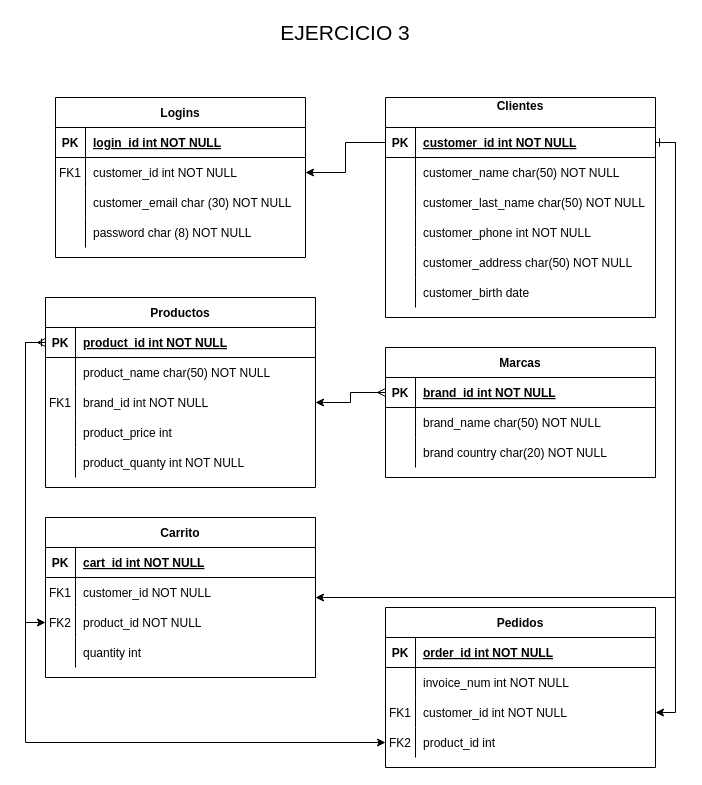
JCovian/Bootcamp-WDFS keeps this draw.io diagram as Módulo 4 - BBDD/Tema 1_Introducción BBDD/Ejercicio3.drawio. Above is the earlier version. Source tidied: cells renumbered, new cells numbered last; positions are measured from the earlier drawing's top-left corner, leaving out a move shared by most shapes. Both pictures are drawn from the tidied source at 100%, with x=0, y=0 at pixel (45, 17).
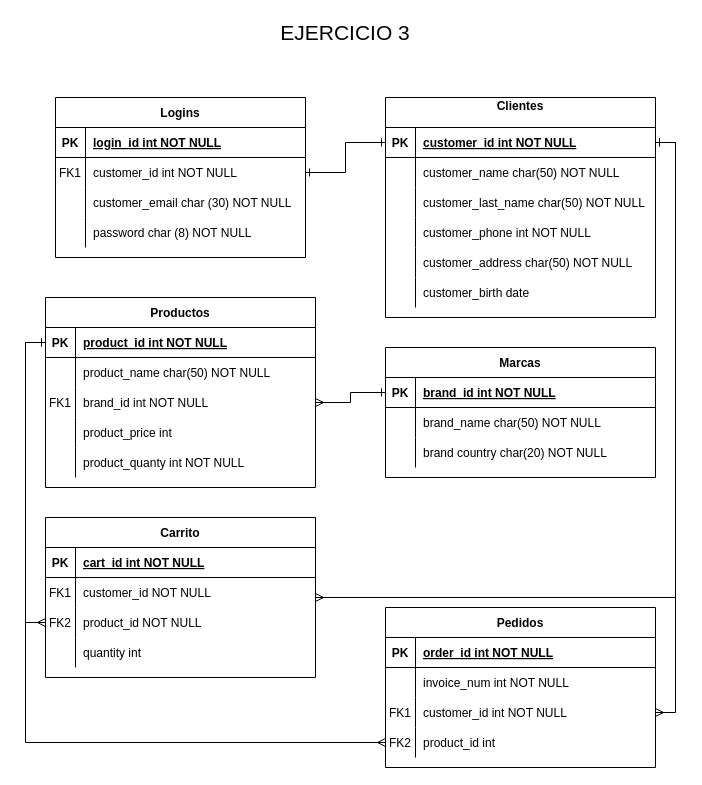
The same diagram, later.

The change refers to these unchanged cells:
```xml
<mxCell id="3" style="shape=partialRectangle;fillColor=none;points=[[0,0.5],[1,0.5]];portConstraint=eastwest;top=0;left=0;right=0;bottom=1;" parent="2" vertex="1">
  <mxGeometry y="30" width="270" height="30" as="geometry" />
</mxCell>
<mxCell id="25" style="shape=partialRectangle;fillColor=none;points=[[0,0.5],[1,0.5]];portConstraint=eastwest;top=0;left=0;right=0;bottom=0;" parent="21" vertex="1">
  <mxGeometry y="60" width="250" height="30" as="geometry" />
</mxCell>
<mxCell id="36" style="shape=partialRectangle;fillColor=none;points=[[0,0.5],[1,0.5]];portConstraint=eastwest;top=0;left=0;right=0;bottom=1;" parent="35" vertex="1">
  <mxGeometry y="30" width="270" height="30" as="geometry" />
</mxCell>
<mxCell id="42" style="shape=partialRectangle;fillColor=none;points=[[0,0.5],[1,0.5]];portConstraint=eastwest;top=0;left=0;right=0;bottom=0;" parent="35" vertex="1">
  <mxGeometry y="90" width="270" height="30" as="geometry" />
</mxCell>
<mxCell id="52" style="shape=partialRectangle;fillColor=none;points=[[0,0.5],[1,0.5]];portConstraint=eastwest;top=0;left=0;right=0;bottom=1;" parent="51" vertex="1">
  <mxGeometry y="30" width="270" height="30" as="geometry" />
</mxCell>
<mxCell id="61" value="Carrito" style="shape=table;startSize=30;childLayout=tableLayout;rowLines=0;fontStyle=1;align=center;" parent="1" vertex="1">
  <mxGeometry y="500" width="270" height="160" as="geometry" />
</mxCell>
<mxCell id="68" style="shape=partialRectangle;fillColor=none;points=[[0,0.5],[1,0.5]];portConstraint=eastwest;top=0;left=0;right=0;bottom=0;" parent="61" vertex="1">
  <mxGeometry y="90" width="270" height="30" as="geometry" />
</mxCell>
<mxCell id="81" style="shape=partialRectangle;fillColor=none;points=[[0,0.5],[1,0.5]];portConstraint=eastwest;top=0;left=0;right=0;bottom=0;" parent="74" vertex="1">
  <mxGeometry y="90" width="270" height="30" as="geometry" />
</mxCell>
<mxCell id="84" style="shape=partialRectangle;fillColor=none;points=[[0,0.5],[1,0.5]];portConstraint=eastwest;top=0;left=0;right=0;bottom=0;" parent="74" vertex="1">
  <mxGeometry y="120" width="270" height="30" as="geometry" />
</mxCell>
```

The edit, as a diff of the source:
```diff
@@
-    <mxCell id="87" style="edgeStyle=orthogonalEdgeStyle;rounded=0;jettySize=auto;html=1;exitX=0;exitY=0.5;exitDx=0;exitDy=0;entryX=1;entryY=0.5;entryDx=0;entryDy=0;" parent="1" edge="1" source="3" target="25">
-      <mxGeometry relative="1" as="geometry" />
-    </mxCell>
-    <mxCell id="88" style="edgeStyle=orthogonalEdgeStyle;rounded=0;jettySize=auto;html=1;exitX=0;exitY=0.5;exitDx=0;exitDy=0;startArrow=ERmany;startFill=0;" parent="1" edge="1" source="52" target="42">
-      <mxGeometry relative="1" as="geometry" />
-    </mxCell>
-    <mxCell id="89" style="edgeStyle=orthogonalEdgeStyle;rounded=0;jettySize=auto;html=1;exitX=0;exitY=0.5;exitDx=0;exitDy=0;entryX=0;entryY=0.5;entryDx=0;entryDy=0;startArrow=ERmany;startFill=0;" parent="1" edge="1" source="36" target="68">
+    <mxCell id="89" style="edgeStyle=orthogonalEdgeStyle;rounded=0;jettySize=auto;html=1;exitX=0;exitY=0.5;exitDx=0;exitDy=0;entryX=0;entryY=0.5;entryDx=0;entryDy=0;startArrow=ERone;startFill=0;endArrow=ERmany;endFill=0;" parent="1" edge="1" source="36" target="68">
       <mxGeometry relative="1" as="geometry" />
     </mxCell>
-    <mxCell id="90" style="edgeStyle=orthogonalEdgeStyle;rounded=0;jettySize=auto;html=1;exitX=1;exitY=0.5;exitDx=0;exitDy=0;entryX=1;entryY=0.5;entryDx=0;entryDy=0;startArrow=ERone;startFill=0;" parent="1" edge="1" source="3" target="61">
+    <mxCell id="90" style="edgeStyle=orthogonalEdgeStyle;rounded=0;jettySize=auto;html=1;exitX=1;exitY=0.5;exitDx=0;exitDy=0;entryX=1;entryY=0.5;entryDx=0;entryDy=0;startArrow=ERone;startFill=0;endArrow=ERmany;endFill=0;" parent="1" edge="1" source="3" target="61">
       <mxGeometry relative="1" as="geometry" />
     </mxCell>
-    <mxCell id="91" style="edgeStyle=orthogonalEdgeStyle;rounded=0;jettySize=auto;html=1;exitX=1;exitY=0.5;exitDx=0;exitDy=0;entryX=1;entryY=0.5;entryDx=0;entryDy=0;startArrow=ERone;startFill=0;" parent="1" edge="1" source="3" target="81">
+    <mxCell id="91" style="edgeStyle=orthogonalEdgeStyle;rounded=0;jettySize=auto;html=1;exitX=1;exitY=0.5;exitDx=0;exitDy=0;entryX=1;entryY=0.5;entryDx=0;entryDy=0;startArrow=ERone;startFill=0;endArrow=ERmany;endFill=0;" parent="1" edge="1" source="3" target="81">
       <mxGeometry relative="1" as="geometry" />
     </mxCell>
+    <mxCell id="93" style="edgeStyle=orthogonalEdgeStyle;rounded=0;jettySize=auto;html=1;exitX=1;exitY=0.5;exitDx=0;exitDy=0;entryX=0;entryY=0.5;entryDx=0;entryDy=0;startArrow=ERone;startFill=0;endArrow=ERone;endFill=0;" parent="1" edge="1" source="25" target="3">
+      <mxGeometry relative="1" as="geometry" />
+    </mxCell>
+    <mxCell id="88" style="edgeStyle=orthogonalEdgeStyle;rounded=0;jettySize=auto;html=1;exitX=0;exitY=0.5;exitDx=0;exitDy=0;entryX=1;entryY=0.5;entryDx=0;entryDy=0;startArrow=ERone;startFill=0;endArrow=ERmany;endFill=0;" parent="1" edge="1" source="52" target="42">
+      <mxGeometry relative="1" as="geometry" />
+    </mxCell>
-    <mxCell id="92" style="edgeStyle=orthogonalEdgeStyle;rounded=0;jettySize=auto;html=1;exitX=0;exitY=0.5;exitDx=0;exitDy=0;entryX=0;entryY=0.5;entryDx=0;entryDy=0;startArrow=ERone;startFill=0;" parent="1" edge="1" source="36" target="84">
+    <mxCell id="92" style="edgeStyle=orthogonalEdgeStyle;rounded=0;jettySize=auto;html=1;exitX=0;exitY=0.5;exitDx=0;exitDy=0;startArrow=ERone;startFill=0;endArrow=ERmany;endFill=0;entryX=0;entryY=0.5;entryDx=0;entryDy=0;" parent="1" edge="1" source="36" target="84">
       <mxGeometry relative="1" as="geometry" />
     </mxCell>
```
